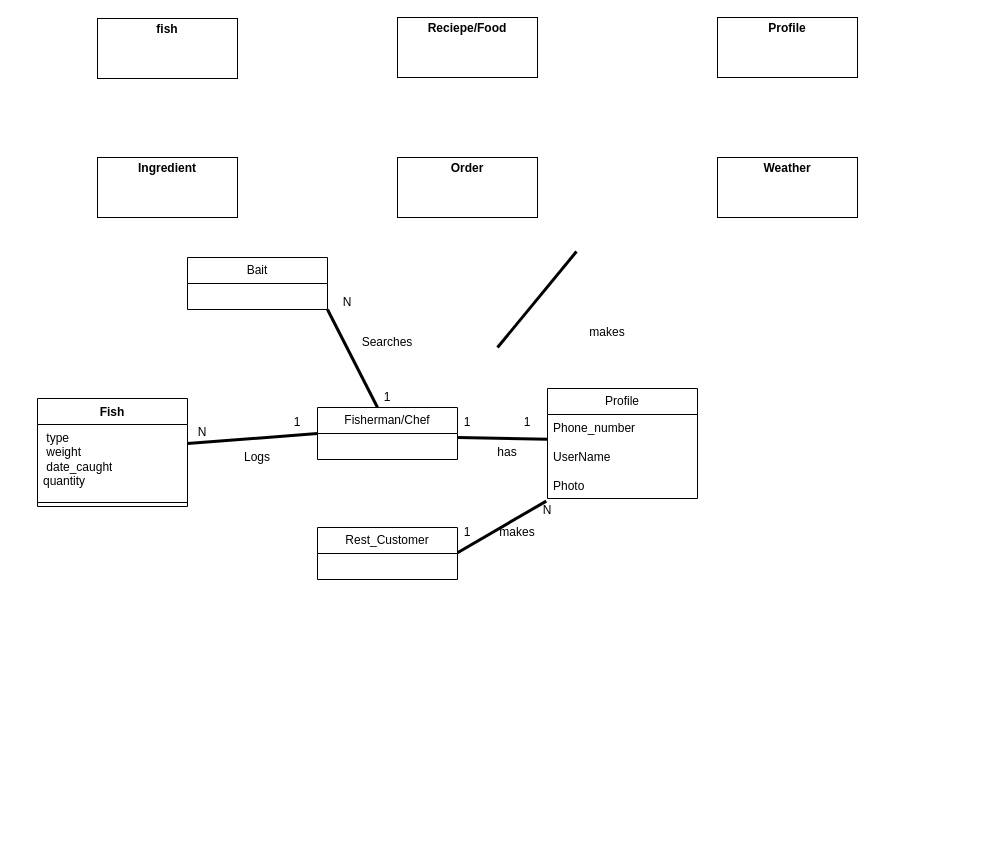
The draw.io diagram Deliverable 1/Untitled Diagram.drawio in TMCEID/SoftEngFishApp, before the edit. Source tidied: cells renumbered, new cells numbered last; positions are measured from the earlier drawing's top-left corner, leaving out a move shared by most shapes. Both pictures are drawn from the tidied source at 100%, with x=0, y=0 at pixel (37, 17).
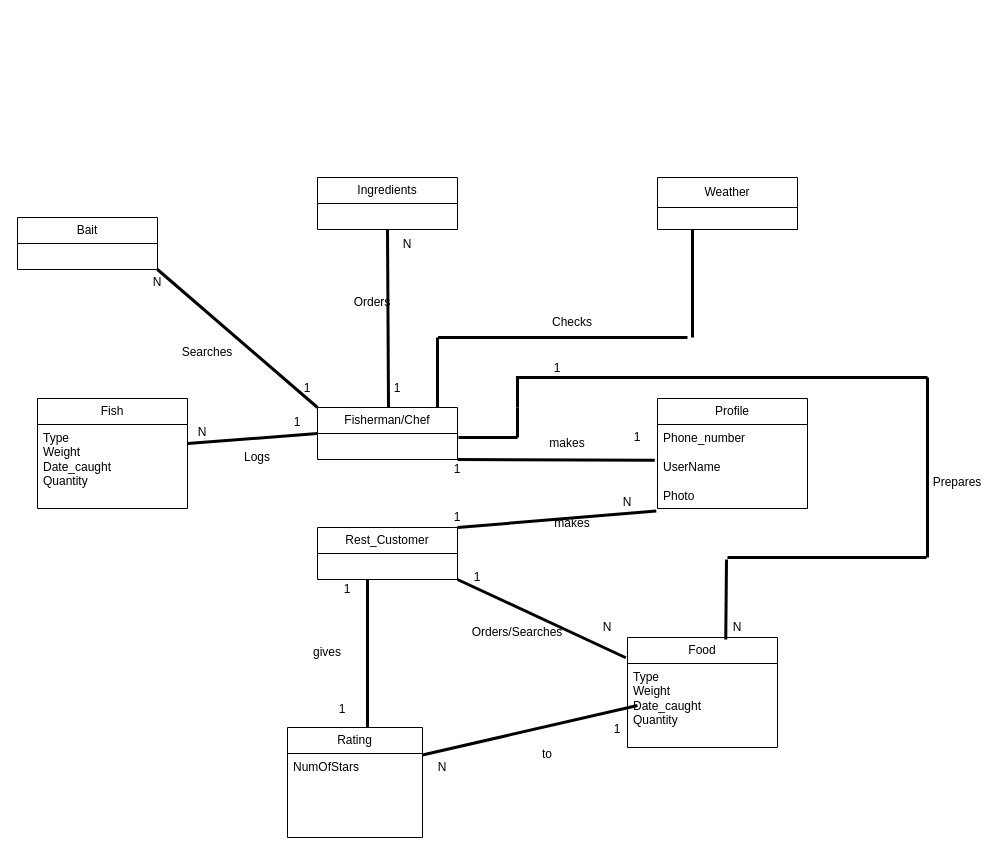
The same diagram, later.

The change refers to these unchanged cells:
```xml
<mxCell id="11" value="Fisherman/Chef" style="swimlane;fontStyle=0;horizontal=1;startSize=26;fillColor=none;whiteSpace=wrap;html=1;" parent="1" vertex="1">
  <mxGeometry x="280" y="390" width="140" height="52" as="geometry" />
</mxCell>
<mxCell id="13" value="&lt;div&gt;Phone_number&lt;/div&gt;&lt;div&gt;&lt;br&gt;&lt;/div&gt;&lt;div&gt;UserName&lt;/div&gt;&lt;div&gt;&lt;br&gt;&lt;/div&gt;&lt;div&gt;Photo&lt;/div&gt;" style="text;strokeColor=none;fillColor=none;align=left;verticalAlign=top;spacingLeft=4;spacingRight=4;overflow=hidden;points=[[0,0.5],[1,0.5]];portConstraint=eastwest;whiteSpace=wrap;html=1;" parent="12" vertex="1">
  <mxGeometry y="26" width="150" height="84" as="geometry" />
</mxCell>
<mxCell id="18" value="Rest_Customer" style="swimlane;fontStyle=0;horizontal=1;startSize=26;fillColor=none;whiteSpace=wrap;html=1;" parent="1" vertex="1">
  <mxGeometry x="280" y="510" width="140" height="52" as="geometry" />
</mxCell>
```

What changed in the source:
```diff
@@
-    <mxCell id="2" value="&lt;p style=&quot;margin:0px;margin-top:4px;text-align:center;&quot;&gt;&lt;b&gt;fish&lt;/b&gt;&lt;/p&gt;" style="verticalAlign=top;align=left;overflow=fill;html=1;whiteSpace=wrap;" parent="1" vertex="1">
-      <mxGeometry x="60" y="1" width="140" height="60" as="geometry" />
-    </mxCell>
-    <mxCell id="3" value="&lt;p style=&quot;margin:0px;margin-top:4px;text-align:center;&quot;&gt;&lt;b&gt;Ingredient&lt;/b&gt;&lt;/p&gt;" style="verticalAlign=top;align=left;overflow=fill;html=1;whiteSpace=wrap;" parent="1" vertex="1">
-      <mxGeometry x="60" y="140" width="140" height="60" as="geometry" />
-    </mxCell>
-    <mxCell id="4" value="&lt;p style=&quot;margin:0px;margin-top:4px;text-align:center;&quot;&gt;&lt;b&gt;Order&lt;/b&gt;&lt;/p&gt;" style="verticalAlign=top;align=left;overflow=fill;html=1;whiteSpace=wrap;" parent="1" vertex="1">
-      <mxGeometry x="360" y="140" width="140" height="60" as="geometry" />
-    </mxCell>
-    <mxCell id="5" value="&lt;p style=&quot;margin:0px;margin-top:4px;text-align:center;&quot;&gt;&lt;b&gt;Reciepe/Food&lt;/b&gt;&lt;/p&gt;" style="verticalAlign=top;align=left;overflow=fill;html=1;whiteSpace=wrap;" parent="1" vertex="1">
-      <mxGeometry x="360" width="140" height="60" as="geometry" />
-    </mxCell>
-    <mxCell id="6" value="&lt;p style=&quot;margin:0px;margin-top:4px;text-align:center;&quot;&gt;&lt;b&gt;Profile&lt;/b&gt;&lt;/p&gt;" style="verticalAlign=top;align=left;overflow=fill;html=1;whiteSpace=wrap;" parent="1" vertex="1">
-      <mxGeometry x="680" width="140" height="60" as="geometry" />
-    </mxCell>
-    <mxCell id="7" value="&lt;p style=&quot;margin:0px;margin-top:4px;text-align:center;&quot;&gt;&lt;b&gt;Weather&lt;/b&gt;&lt;/p&gt;" style="verticalAlign=top;align=left;overflow=fill;html=1;whiteSpace=wrap;" parent="1" vertex="1">
-      <mxGeometry x="680" y="140" width="140" height="60" as="geometry" />
-    </mxCell>
-    <mxCell id="8" value="Fish" style="swimlane;fontStyle=1;align=center;verticalAlign=top;horizontal=1;startSize=26;whiteSpace=wrap;html=1;" parent="1" vertex="1">
-      <mxGeometry y="381" width="150" height="108" as="geometry" />
-    </mxCell>
-    <mxCell id="9" value="&lt;div&gt;&amp;nbsp;type&lt;/div&gt;&lt;div&gt;&amp;nbsp;weight&lt;/div&gt;&lt;div&gt;&amp;nbsp;date_caught&lt;/div&gt;&lt;div&gt;quantity&lt;/div&gt;" style="text;strokeColor=none;fillColor=none;align=left;verticalAlign=top;spacingLeft=4;spacingRight=4;overflow=hidden;whiteSpace=wrap;html=1;" parent="8" vertex="1">
-      <mxGeometry y="26" width="150" height="74" as="geometry" />
-    </mxCell>
-    <mxCell id="10" style="line;strokeWidth=1;fillColor=none;align=left;verticalAlign=middle;spacingTop=-1;spacingLeft=3;spacingRight=3;labelPosition=right;strokeColor=inherit;" parent="8" vertex="1">
-      <mxGeometry y="100" width="150" height="8" as="geometry" />
-    </mxCell>
@@
     <mxCell id="12" value="Profile" style="swimlane;fontStyle=0;horizontal=1;startSize=26;fillColor=none;whiteSpace=wrap;html=1;" parent="1" vertex="1">
-      <mxGeometry x="510" y="371" width="150" height="110" as="geometry" />
+      <mxGeometry x="620" y="381" width="150" height="110" as="geometry" />
     </mxCell>
@@
-    <mxCell id="14" style="endArrow=none;startArrow=none;endFill=0;startFill=0;endSize=8;html=1;verticalAlign=bottom;labelBackgroundColor=none;strokeWidth=3;rounded=0;" parent="1" edge="1">
-      <mxGeometry relative="1" as="geometry">
-        <mxPoint x="420" y="420" as="sourcePoint" />
-        <mxPoint x="510" y="421.7" as="targetPoint" />
-      </mxGeometry>
+    <mxCell id="14" style="endArrow=none;startArrow=none;endFill=0;startFill=0;endSize=8;html=1;verticalAlign=bottom;labelBackgroundColor=none;strokeWidth=3;rounded=0;entryX=-0.018;entryY=0.425;entryDx=0;entryDy=0;entryPerimeter=0;exitX=1;exitY=1;exitDx=0;exitDy=0;" parent="1" edge="1" source="11" target="13">
+      <mxGeometry relative="1" as="geometry" />
     </mxCell>
     <mxCell id="15" value="1" style="text;html=1;align=center;verticalAlign=middle;whiteSpace=wrap;rounded=0;" parent="1" vertex="1">
-      <mxGeometry x="460" y="390" width="60" height="30" as="geometry" />
+      <mxGeometry x="580" y="410" width="40" height="20" as="geometry" />
     </mxCell>
     <mxCell id="16" value="1" style="text;html=1;align=center;verticalAlign=middle;whiteSpace=wrap;rounded=0;" parent="1" vertex="1">
-      <mxGeometry x="400" y="390" width="60" height="30" as="geometry" />
+      <mxGeometry x="400" y="442" width="40" height="20" as="geometry" />
     </mxCell>
-    <mxCell id="17" value="has" style="text;html=1;align=center;verticalAlign=middle;whiteSpace=wrap;rounded=0;" parent="1" vertex="1">
-      <mxGeometry x="440" y="420" width="60" height="30" as="geometry" />
+    <mxCell id="17" value="makes" style="text;html=1;align=center;verticalAlign=middle;whiteSpace=wrap;rounded=0;" parent="1" vertex="1">
+      <mxGeometry x="500" y="411" width="60" height="30" as="geometry" />
     </mxCell>
@@
-    <mxCell id="19" style="endArrow=none;startArrow=none;endFill=0;startFill=0;endSize=8;html=1;verticalAlign=bottom;labelBackgroundColor=none;strokeWidth=3;rounded=0;entryX=-0.008;entryY=1.031;entryDx=0;entryDy=0;entryPerimeter=0;" parent="1" edge="1" target="13">
-      <mxGeometry relative="1" as="geometry">
-        <mxPoint x="420" y="535.2" as="sourcePoint" />
-      </mxGeometry>
+    <mxCell id="19" style="endArrow=none;startArrow=none;endFill=0;startFill=0;endSize=8;html=1;verticalAlign=bottom;labelBackgroundColor=none;strokeWidth=3;rounded=0;entryX=-0.008;entryY=1.031;entryDx=0;entryDy=0;entryPerimeter=0;exitX=1;exitY=0;exitDx=0;exitDy=0;" parent="1" edge="1" source="18" target="13">
+      <mxGeometry relative="1" as="geometry" />
     </mxCell>
     <mxCell id="20" value="makes" style="text;html=1;align=center;verticalAlign=middle;whiteSpace=wrap;rounded=0;" parent="1" vertex="1">
-      <mxGeometry x="450" y="500" width="60" height="30" as="geometry" />
+      <mxGeometry x="510" y="491" width="50" height="29" as="geometry" />
     </mxCell>
     <mxCell id="21" value="1" style="text;html=1;align=center;verticalAlign=middle;whiteSpace=wrap;rounded=0;" parent="1" vertex="1">
-      <mxGeometry x="400" y="500" width="60" height="30" as="geometry" />
+      <mxGeometry x="400" y="490" width="40" height="20" as="geometry" />
     </mxCell>
     <mxCell id="22" value="N" style="text;html=1;align=center;verticalAlign=middle;whiteSpace=wrap;rounded=0;" parent="1" vertex="1">
-      <mxGeometry x="480" y="478" width="60" height="30" as="geometry" />
+      <mxGeometry x="560" y="470" width="60" height="30" as="geometry" />
     </mxCell>
-    <mxCell id="23" style="endArrow=none;startArrow=none;endFill=0;startFill=0;endSize=8;html=1;verticalAlign=bottom;labelBackgroundColor=none;strokeWidth=3;rounded=0;entryX=-0.008;entryY=1.031;entryDx=0;entryDy=0;entryPerimeter=0;" parent="1" edge="1">
+    <mxCell id="23" style="endArrow=none;startArrow=none;endFill=0;startFill=0;endSize=8;html=1;verticalAlign=bottom;labelBackgroundColor=none;strokeWidth=3;rounded=0;" parent="1" edge="1">
       <mxGeometry relative="1" as="geometry">
-        <mxPoint x="460" y="330" as="sourcePoint" />
-        <mxPoint x="539" y="234" as="targetPoint" />
+        <mxPoint x="400" y="390" as="sourcePoint" />
+        <mxPoint x="400" y="320" as="targetPoint" />
       </mxGeometry>
     </mxCell>
@@
-    <mxCell id="25" value="makes" style="text;html=1;align=center;verticalAlign=middle;whiteSpace=wrap;rounded=0;" parent="1" vertex="1">
-      <mxGeometry x="540" y="300" width="60" height="30" as="geometry" />
+    <mxCell id="25" value="Checks" style="text;html=1;align=center;verticalAlign=middle;whiteSpace=wrap;rounded=0;" parent="1" vertex="1">
+      <mxGeometry x="505" y="290" width="60" height="30" as="geometry" />
     </mxCell>
@@
     <mxCell id="29" value="Bait" style="swimlane;fontStyle=0;horizontal=1;startSize=26;fillColor=none;whiteSpace=wrap;html=1;" parent="1" vertex="1">
-      <mxGeometry x="150" y="240" width="140" height="52" as="geometry" />
+      <mxGeometry x="-20" y="200" width="140" height="52" as="geometry" />
     </mxCell>
-    <mxCell id="30" style="endArrow=none;startArrow=none;endFill=0;startFill=0;endSize=8;html=1;verticalAlign=bottom;labelBackgroundColor=none;strokeWidth=3;rounded=0;entryX=1;entryY=1;entryDx=0;entryDy=0;" parent="1" edge="1" target="29">
-      <mxGeometry relative="1" as="geometry">
-        <mxPoint x="340" y="390" as="sourcePoint" />
-      </mxGeometry>
+    <mxCell id="30" style="endArrow=none;startArrow=none;endFill=0;startFill=0;endSize=8;html=1;verticalAlign=bottom;labelBackgroundColor=none;strokeWidth=3;rounded=0;entryX=1;entryY=1;entryDx=0;entryDy=0;exitX=0;exitY=0;exitDx=0;exitDy=0;" parent="1" edge="1" source="11" target="29">
+      <mxGeometry relative="1" as="geometry" />
     </mxCell>
     <mxCell id="31" value="1" style="text;html=1;align=center;verticalAlign=middle;whiteSpace=wrap;rounded=0;" parent="1" vertex="1">
-      <mxGeometry x="330" y="370" width="40" height="20" as="geometry" />
+      <mxGeometry x="250" y="361" width="40" height="20" as="geometry" />
     </mxCell>
     <mxCell id="32" value="N" style="text;html=1;align=center;verticalAlign=middle;whiteSpace=wrap;rounded=0;" parent="1" vertex="1">
-      <mxGeometry x="290" y="280" width="40" height="10" as="geometry" />
+      <mxGeometry x="100" y="260" width="40" height="10" as="geometry" />
     </mxCell>
     <mxCell id="33" value="Searches" style="text;html=1;align=center;verticalAlign=middle;whiteSpace=wrap;rounded=0;" parent="1" vertex="1">
-      <mxGeometry x="320" y="310" width="60" height="30" as="geometry" />
+      <mxGeometry x="140" y="320" width="60" height="30" as="geometry" />
     </mxCell>
+    <mxCell id="34" value="Ingredients" style="swimlane;fontStyle=0;horizontal=1;startSize=26;fillColor=none;whiteSpace=wrap;html=1;" parent="1" vertex="1">
+      <mxGeometry x="280" y="160" width="140" height="52" as="geometry" />
+    </mxCell>
+    <mxCell id="35" style="endArrow=none;startArrow=none;endFill=0;startFill=0;endSize=8;html=1;verticalAlign=bottom;labelBackgroundColor=none;strokeWidth=3;rounded=0;entryX=-0.008;entryY=1.031;entryDx=0;entryDy=0;entryPerimeter=0;exitX=-0.011;exitY=0.184;exitDx=0;exitDy=0;exitPerimeter=0;" parent="1" edge="1" source="47">
+      <mxGeometry relative="1" as="geometry">
+        <mxPoint x="420" y="562" as="targetPoint" />
+      </mxGeometry>
+    </mxCell>
+    <mxCell id="36" value="N" style="text;html=1;align=center;verticalAlign=middle;whiteSpace=wrap;rounded=0;" parent="1" vertex="1">
+      <mxGeometry x="550" y="600" width="40" height="20" as="geometry" />
+    </mxCell>
+    <mxCell id="37" value="1" style="text;html=1;align=center;verticalAlign=middle;whiteSpace=wrap;rounded=0;" parent="1" vertex="1">
+      <mxGeometry x="420" y="550" width="40" height="20" as="geometry" />
+    </mxCell>
+    <mxCell id="38" value="Orders/Searches" style="text;html=1;align=center;verticalAlign=middle;whiteSpace=wrap;rounded=0;" parent="1" vertex="1">
+      <mxGeometry x="450" y="600" width="60" height="30" as="geometry" />
+    </mxCell>
+    <mxCell id="39" style="endArrow=none;startArrow=none;endFill=0;startFill=0;endSize=8;html=1;verticalAlign=bottom;labelBackgroundColor=none;strokeWidth=3;rounded=0;exitX=1;exitY=0.25;exitDx=0;exitDy=0;entryX=0.75;entryY=1;entryDx=0;entryDy=0;" parent="1" edge="1" source="65">
+      <mxGeometry relative="1" as="geometry">
+        <mxPoint x="600" y="688" as="targetPoint" />
+      </mxGeometry>
+    </mxCell>
+    <mxCell id="40" value="to" style="text;html=1;align=center;verticalAlign=middle;whiteSpace=wrap;rounded=0;" parent="1" vertex="1">
+      <mxGeometry x="480" y="722" width="60" height="30" as="geometry" />
+    </mxCell>
+    <mxCell id="41" style="endArrow=none;startArrow=none;endFill=0;startFill=0;endSize=8;html=1;verticalAlign=bottom;labelBackgroundColor=none;strokeWidth=3;rounded=0;entryX=-0.008;entryY=1.031;entryDx=0;entryDy=0;entryPerimeter=0;exitX=0.643;exitY=0;exitDx=0;exitDy=0;exitPerimeter=0;" parent="1" edge="1">
+      <mxGeometry relative="1" as="geometry">
+        <mxPoint x="330" y="710" as="sourcePoint" />
+        <mxPoint x="330" y="562" as="targetPoint" />
+      </mxGeometry>
+    </mxCell>
+    <mxCell id="42" value="gives" style="text;html=1;align=center;verticalAlign=middle;whiteSpace=wrap;rounded=0;" parent="1" vertex="1">
+      <mxGeometry x="260" y="620" width="60" height="30" as="geometry" />
+    </mxCell>
+    <mxCell id="43" value="1" style="text;html=1;align=center;verticalAlign=middle;whiteSpace=wrap;rounded=0;" parent="1" vertex="1">
+      <mxGeometry x="290" y="562" width="40" height="20" as="geometry" />
+    </mxCell>
+    <mxCell id="44" value="1" style="text;html=1;align=center;verticalAlign=middle;whiteSpace=wrap;rounded=0;" parent="1" vertex="1">
+      <mxGeometry x="285" y="682" width="40" height="20" as="geometry" />
+    </mxCell>
+    <mxCell id="45" value="1" style="text;html=1;align=center;verticalAlign=middle;whiteSpace=wrap;rounded=0;" parent="1" vertex="1">
+      <mxGeometry x="560" y="702" width="40" height="20" as="geometry" />
+    </mxCell>
+    <mxCell id="8" value="Fish" style="swimlane;fontStyle=0;horizontal=1;startSize=26;fillColor=none;whiteSpace=wrap;html=1;" parent="1" vertex="1">
+      <mxGeometry y="381" width="150" height="110" as="geometry" />
+    </mxCell>
+    <mxCell id="46" value="&lt;div&gt;Type&lt;/div&gt;&lt;div&gt;Weight&lt;/div&gt;&lt;div&gt;Date_caught&lt;/div&gt;&lt;div&gt;Quantity&lt;/div&gt;" style="text;strokeColor=none;fillColor=none;align=left;verticalAlign=top;spacingLeft=4;spacingRight=4;overflow=hidden;whiteSpace=wrap;html=1;" parent="8" vertex="1">
+      <mxGeometry y="26" width="150" height="84" as="geometry" />
+    </mxCell>
+    <mxCell id="47" value="&lt;div&gt;Food&lt;/div&gt;" style="swimlane;fontStyle=0;horizontal=1;startSize=26;fillColor=none;whiteSpace=wrap;html=1;" parent="1" vertex="1">
+      <mxGeometry x="590" y="620" width="150" height="110" as="geometry" />
+    </mxCell>
+    <mxCell id="48" value="&lt;div&gt;Type&lt;/div&gt;&lt;div&gt;Weight&lt;/div&gt;&lt;div&gt;Date_caught&lt;/div&gt;&lt;div&gt;Quantity&lt;/div&gt;" style="text;strokeColor=none;fillColor=none;align=left;verticalAlign=top;spacingLeft=4;spacingRight=4;overflow=hidden;whiteSpace=wrap;html=1;" parent="47" vertex="1">
+      <mxGeometry y="26" width="150" height="84" as="geometry" />
+    </mxCell>
+    <mxCell id="49" value="N" style="text;html=1;align=center;verticalAlign=middle;whiteSpace=wrap;rounded=0;" parent="1" vertex="1">
+      <mxGeometry x="385" y="740" width="40" height="20" as="geometry" />
+    </mxCell>
+    <mxCell id="50" style="endArrow=none;startArrow=none;endFill=0;startFill=0;endSize=8;html=1;verticalAlign=bottom;labelBackgroundColor=none;strokeWidth=3;rounded=0;" parent="1" edge="1">
+      <mxGeometry relative="1" as="geometry">
+        <mxPoint x="480" y="390" as="sourcePoint" />
+        <mxPoint x="890" y="360" as="targetPoint" />
+        <Array as="points">
+          <mxPoint x="480" y="360" />
+        </Array>
+      </mxGeometry>
+    </mxCell>
+    <mxCell id="51" style="endArrow=none;startArrow=none;endFill=0;startFill=0;endSize=8;html=1;verticalAlign=bottom;labelBackgroundColor=none;strokeWidth=3;rounded=0;" parent="1" edge="1">
+      <mxGeometry relative="1" as="geometry">
+        <mxPoint x="890" y="540" as="sourcePoint" />
+        <mxPoint x="890" y="360" as="targetPoint" />
+      </mxGeometry>
+    </mxCell>
+    <mxCell id="52" value="Prepares" style="text;html=1;align=center;verticalAlign=middle;whiteSpace=wrap;rounded=0;" parent="1" vertex="1">
+      <mxGeometry x="890" y="450" width="60" height="30" as="geometry" />
+    </mxCell>
+    <mxCell id="53" value="1" style="text;html=1;align=center;verticalAlign=middle;whiteSpace=wrap;rounded=0;" parent="1" vertex="1">
+      <mxGeometry x="500" y="341" width="40" height="20" as="geometry" />
+    </mxCell>
+    <mxCell id="54" value="N " style="text;html=1;align=center;verticalAlign=middle;whiteSpace=wrap;rounded=0;" parent="1" vertex="1">
+      <mxGeometry x="680" y="600" width="40" height="20" as="geometry" />
+    </mxCell>
+    <mxCell id="55" style="endArrow=none;startArrow=none;endFill=0;startFill=0;endSize=8;html=1;verticalAlign=bottom;labelBackgroundColor=none;strokeWidth=3;rounded=0;entryX=-0.008;entryY=1.031;entryDx=0;entryDy=0;entryPerimeter=0;" parent="1" edge="1">
+      <mxGeometry relative="1" as="geometry">
+        <mxPoint x="690" y="540" as="sourcePoint" />
+        <mxPoint x="889" y="540" as="targetPoint" />
+      </mxGeometry>
+    </mxCell>
+    <mxCell id="56" style="endArrow=none;startArrow=none;endFill=0;startFill=0;endSize=8;html=1;verticalAlign=bottom;labelBackgroundColor=none;strokeWidth=3;rounded=0;entryX=-0.008;entryY=1.031;entryDx=0;entryDy=0;entryPerimeter=0;exitX=0.655;exitY=0.019;exitDx=0;exitDy=0;exitPerimeter=0;" parent="1" edge="1" source="47">
+      <mxGeometry relative="1" as="geometry">
+        <mxPoint x="689" y="542" as="targetPoint" />
+      </mxGeometry>
+    </mxCell>
+    <mxCell id="57" style="endArrow=none;startArrow=none;endFill=0;startFill=0;endSize=8;html=1;verticalAlign=bottom;labelBackgroundColor=none;strokeWidth=3;rounded=0;entryX=0.5;entryY=1;entryDx=0;entryDy=0;" parent="1" edge="1" target="34">
+      <mxGeometry relative="1" as="geometry">
+        <mxPoint x="351" y="390" as="sourcePoint" />
+      </mxGeometry>
+    </mxCell>
+    <mxCell id="58" value="1" style="text;html=1;align=center;verticalAlign=middle;whiteSpace=wrap;rounded=0;" parent="1" vertex="1">
+      <mxGeometry x="340" y="361" width="40" height="20" as="geometry" />
+    </mxCell>
+    <mxCell id="59" value="N" style="text;html=1;align=center;verticalAlign=middle;whiteSpace=wrap;rounded=0;" parent="1" vertex="1">
+      <mxGeometry x="340" y="212" width="60" height="30" as="geometry" />
+    </mxCell>
+    <mxCell id="7" value="Weather" style="swimlane;fontStyle=0;horizontal=1;startSize=30;fillColor=none;whiteSpace=wrap;html=1;" parent="1" vertex="1">
+      <mxGeometry x="620" y="160" width="140" height="52" as="geometry" />
+    </mxCell>
+    <mxCell id="60" style="endArrow=none;startArrow=none;endFill=0;startFill=0;endSize=8;html=1;verticalAlign=bottom;labelBackgroundColor=none;strokeWidth=3;rounded=0;" parent="1" edge="1">
+      <mxGeometry relative="1" as="geometry">
+        <mxPoint x="400.5" y="320" as="sourcePoint" />
+        <mxPoint x="650" y="320" as="targetPoint" />
+      </mxGeometry>
+    </mxCell>
+    <mxCell id="61" style="endArrow=none;startArrow=none;endFill=0;startFill=0;endSize=8;html=1;verticalAlign=bottom;labelBackgroundColor=none;strokeWidth=3;rounded=0;" parent="1" edge="1">
+      <mxGeometry relative="1" as="geometry">
+        <mxPoint x="421" y="420" as="sourcePoint" />
+        <mxPoint x="480" y="420" as="targetPoint" />
+      </mxGeometry>
+    </mxCell>
+    <mxCell id="62" style="endArrow=none;startArrow=none;endFill=0;startFill=0;endSize=8;html=1;verticalAlign=bottom;labelBackgroundColor=none;strokeWidth=3;rounded=0;" parent="1" edge="1">
+      <mxGeometry relative="1" as="geometry">
+        <mxPoint x="480" y="420" as="sourcePoint" />
+        <mxPoint x="480" y="390" as="targetPoint" />
+      </mxGeometry>
+    </mxCell>
+    <mxCell id="63" style="endArrow=none;startArrow=none;endFill=0;startFill=0;endSize=8;html=1;verticalAlign=bottom;labelBackgroundColor=none;strokeWidth=3;rounded=0;entryX=0.25;entryY=1;entryDx=0;entryDy=0;" parent="1" edge="1" target="7">
+      <mxGeometry relative="1" as="geometry">
+        <mxPoint x="655" y="320" as="sourcePoint" />
+      </mxGeometry>
+    </mxCell>
+    <mxCell id="64" value="Orders" style="text;html=1;align=center;verticalAlign=middle;whiteSpace=wrap;rounded=0;" parent="1" vertex="1">
+      <mxGeometry x="305" y="270" width="60" height="30" as="geometry" />
+    </mxCell>
+    <mxCell id="65" value="Rating" style="swimlane;fontStyle=0;horizontal=1;startSize=26;fillColor=none;whiteSpace=wrap;html=1;" parent="1" vertex="1">
+      <mxGeometry x="250" y="710" width="135" height="110" as="geometry" />
+    </mxCell>
+    <mxCell id="66" value="NumOfStars" style="text;strokeColor=none;fillColor=none;align=left;verticalAlign=top;spacingLeft=4;spacingRight=4;overflow=hidden;whiteSpace=wrap;html=1;" parent="65" vertex="1">
+      <mxGeometry y="26" width="135" height="84" as="geometry" />
+    </mxCell>
```
